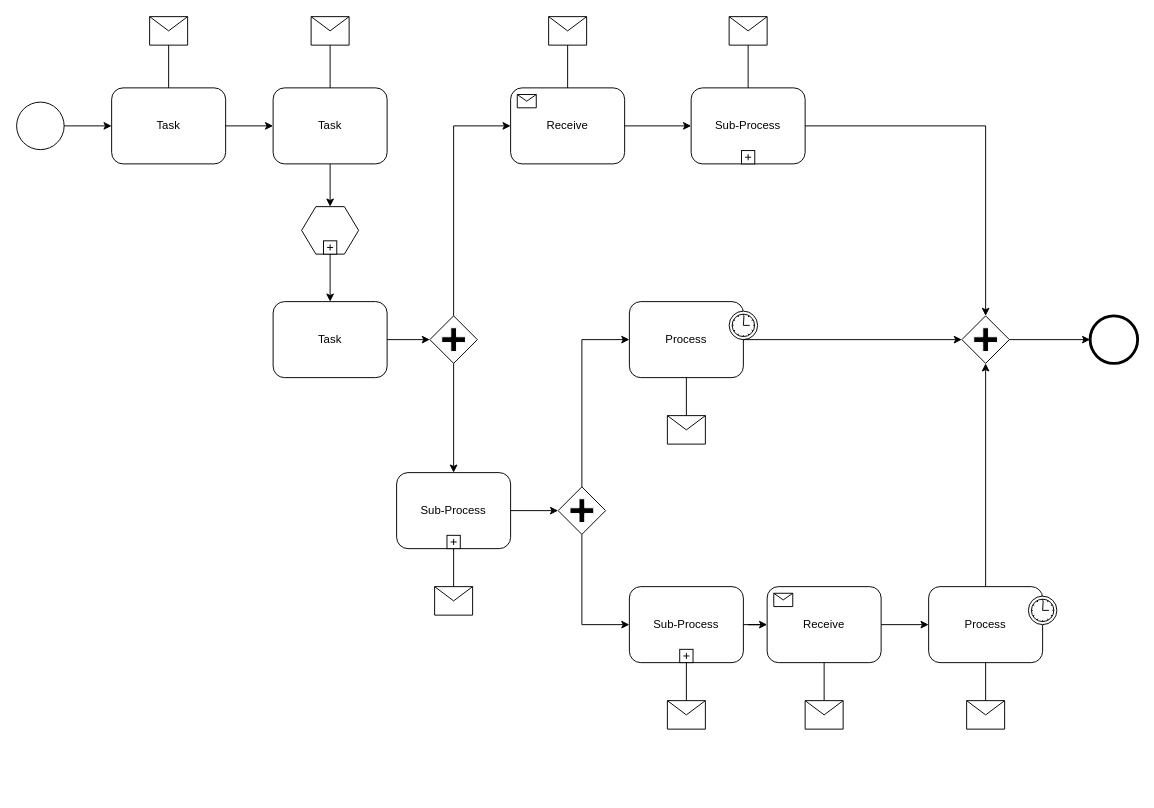
xiaofan-a/hello keeps this draw.io diagram as Untitled Diagram.drawio. Above is the earlier version. Source tidied: cells renumbered, new cells numbered last; positions are measured from the earlier drawing's top-left corner, leaving out a move shared by most shapes. Both pictures are drawn from the tidied source at 95%, with x=0, y=0 at pixel (16, 16).
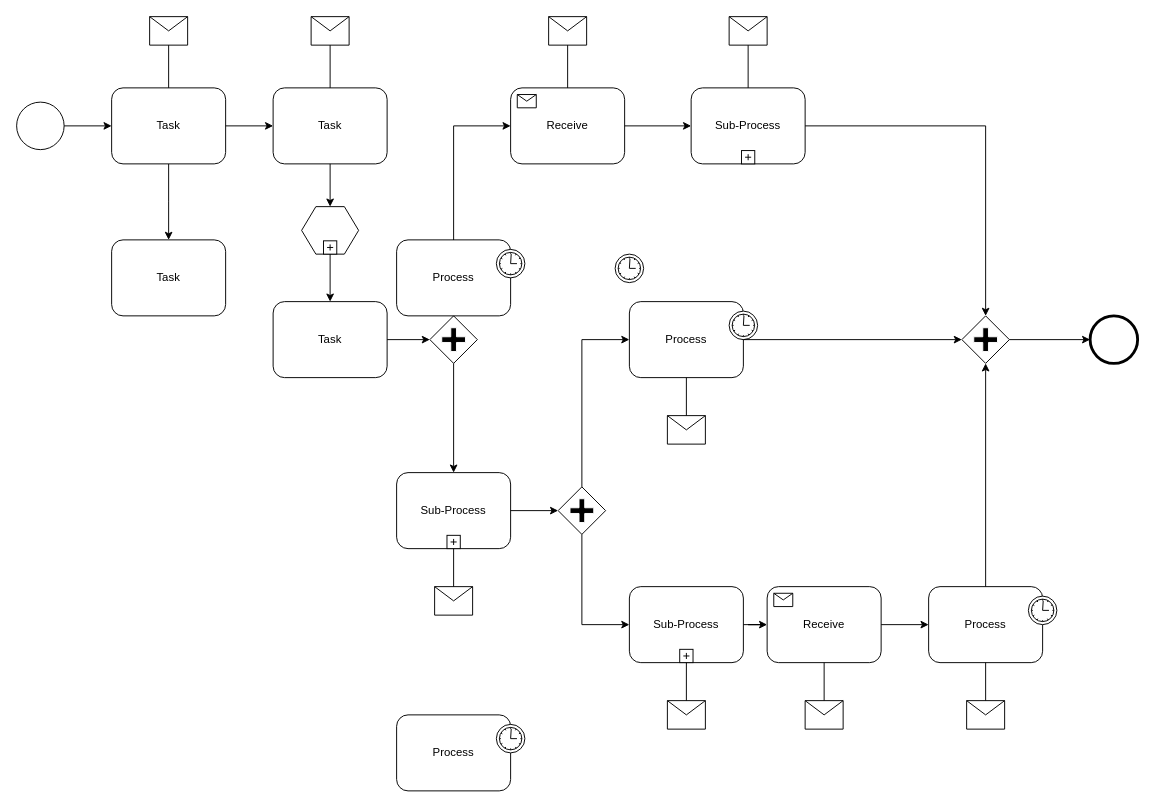
After the change.

The change refers to these unchanged cells:
```xml
<mxCell id="3" value="Task" style="shape=ext;rounded=1;html=1;whiteSpace=wrap;" parent="1" vertex="1">
  <mxGeometry x="100" y="75" width="120" height="80" as="geometry" />
</mxCell>
```

Diff of the diagram source:
```diff
@@
+    <mxCell id="61" style="edgeStyle=orthogonalEdgeStyle;rounded=0;jettySize=auto;labelBorderColor=none;html=1;verticalAlign=middle;align=center;fontSize=16;fontStyle=1;" parent="1" edge="1" source="3" target="62">
+      <mxGeometry relative="1" as="geometry">
+        <Array as="points">
+          <mxPoint x="160" y="195" />
+          <mxPoint x="160" y="195" />
+        </Array>
+      </mxGeometry>
+    </mxCell>
@@
-    <mxCell id="5" style="shape=message;whiteSpace=wrap;html=1;" parent="1" vertex="1">
+    <mxCell id="5" style="shape=message;whiteSpace=wrap;html=1;shadow=0;sketch=0;" parent="1" vertex="1">
       <mxGeometry x="140" width="40" height="30" as="geometry" />
     </mxCell>
@@
+    <mxCell id="62" value="Task" style="shape=ext;rounded=1;html=1;whiteSpace=wrap;" parent="1" vertex="1">
+      <mxGeometry x="100" y="235" width="120" height="80" as="geometry" />
+    </mxCell>
+    <mxCell id="63" value="Process" style="html=1;whiteSpace=wrap;rounded=1;" parent="1" vertex="1">
+      <mxGeometry x="400" y="735" width="120" height="80" as="geometry" />
+    </mxCell>
+    <mxCell id="64" style="shape=mxgraph.bpmn.timer_start;perimeter=ellipsePerimeter;html=1;labelPosition=right;labelBackgroundColor=#ffffff;align=left;" parent="63" vertex="1">
+      <mxGeometry x="1" width="30" height="30" relative="1" as="geometry">
+        <mxPoint x="-15" y="10" as="offset" />
+      </mxGeometry>
+    </mxCell>
+    <mxCell id="65" value="Process" style="html=1;whiteSpace=wrap;rounded=1;" parent="1" vertex="1">
+      <mxGeometry x="400" y="235" width="120" height="80" as="geometry" />
+    </mxCell>
+    <mxCell id="66" style="shape=mxgraph.bpmn.timer_start;perimeter=ellipsePerimeter;html=1;labelPosition=right;labelBackgroundColor=#ffffff;align=left;" parent="65" vertex="1">
+      <mxGeometry x="1" width="30" height="30" relative="1" as="geometry">
+        <mxPoint x="-15" y="10" as="offset" />
+      </mxGeometry>
+    </mxCell>
+    <mxCell id="67" style="shape=mxgraph.bpmn.timer_start;perimeter=ellipsePerimeter;html=1;labelPosition=right;labelBackgroundColor=#ffffff;align=left;" parent="1" vertex="1">
+      <mxGeometry x="1" width="30" height="30" relative="1" as="geometry">
+        <mxPoint x="630" y="250" as="offset" />
+      </mxGeometry>
+    </mxCell>
```
